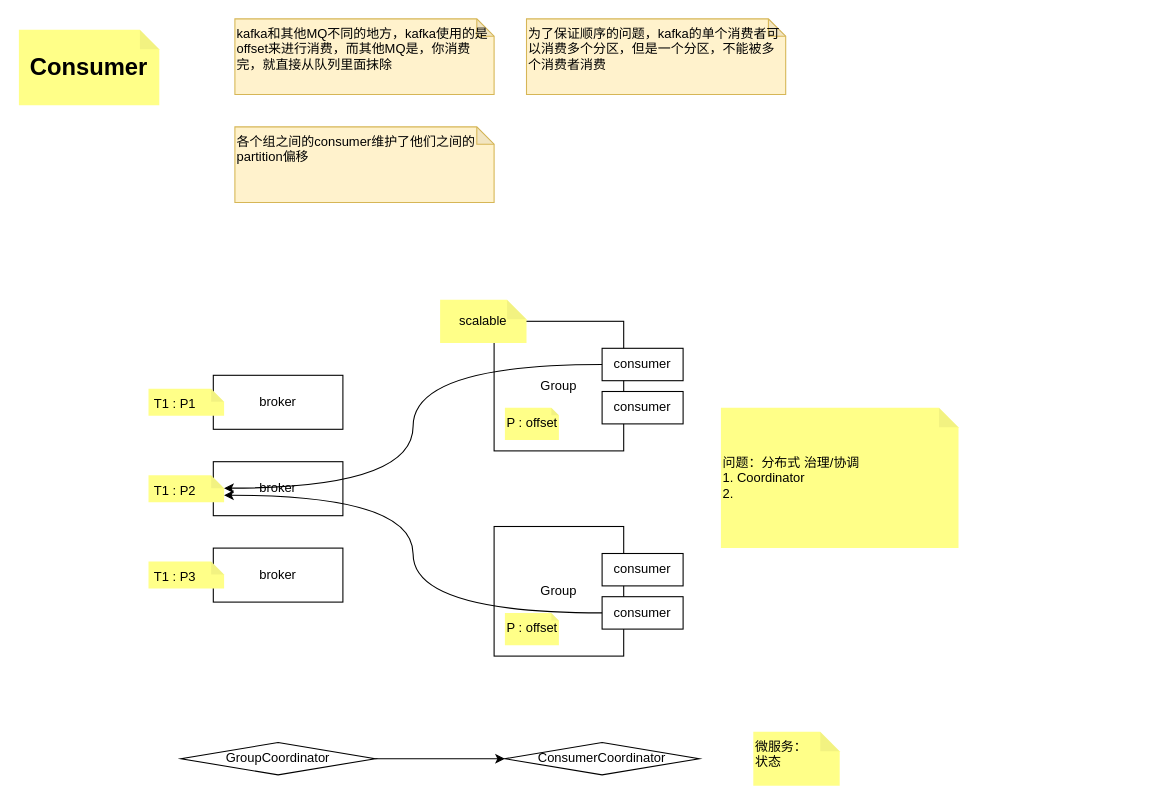
This is draw/kafka/kafka的consumer.drawio from BxcGit/draw, a draw.io file, before an edit. Source tidied: cells renumbered, new cells numbered last; positions are measured from the earlier drawing's top-left corner, leaving out a move shared by most shapes. Both pictures are drawn from the tidied source at 108%, with x=0, y=0 at pixel (18, 18).
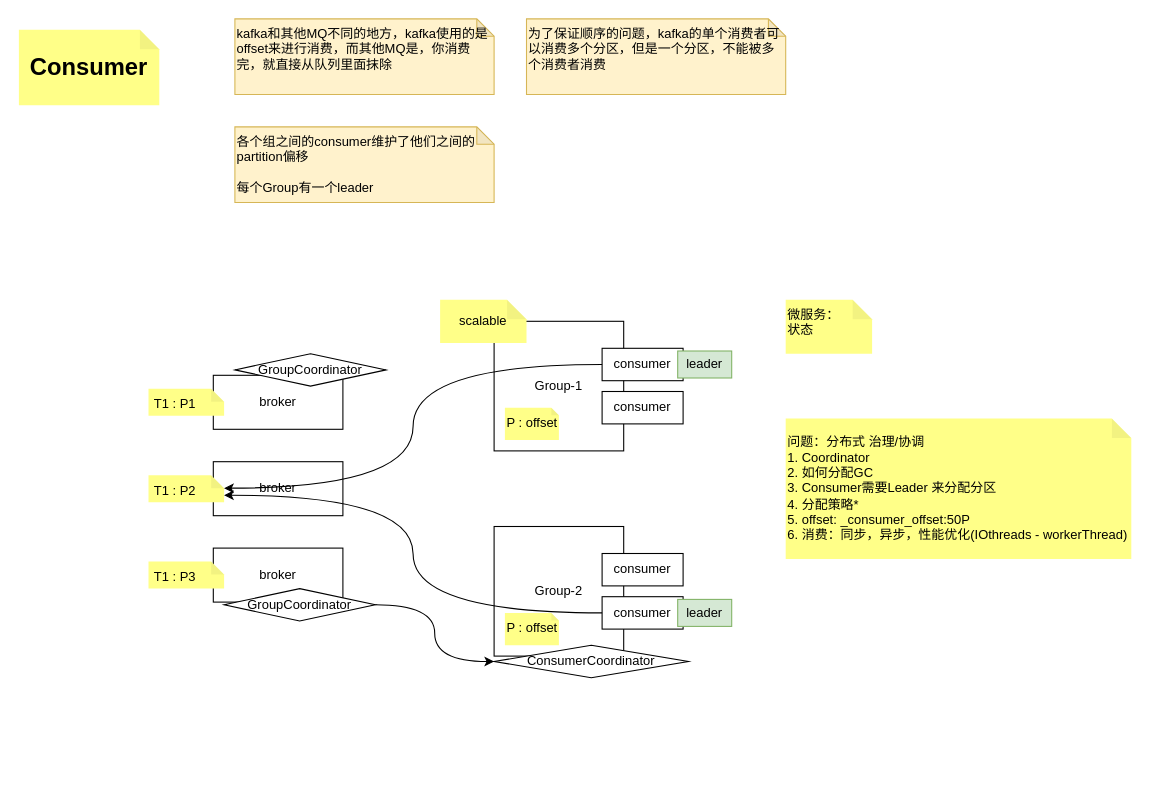
Above is the later version.

What changed in the source:
```diff
@@
-    <mxCell id="7" value="Group" style="rounded=0;whiteSpace=wrap;html=1;" parent="1" vertex="1">
+    <mxCell id="7" value="Group-1" style="rounded=0;whiteSpace=wrap;html=1;" parent="1" vertex="1">
       <mxGeometry x="440" y="280" width="120" height="120" as="geometry" />
     </mxCell>
@@
-    <mxCell id="10" value="Group" style="rounded=0;whiteSpace=wrap;html=1;" parent="1" vertex="1">
+    <mxCell id="10" value="Group-2" style="rounded=0;whiteSpace=wrap;html=1;" parent="1" vertex="1">
       <mxGeometry x="440" y="470" width="120" height="120" as="geometry" />
     </mxCell>
@@
-    <mxCell id="12" value="各个组之间的consumer维护了他们之间的partition偏移" style="shape=note;whiteSpace=wrap;html=1;backgroundOutline=1;darkOpacity=0.05;fillColor=#fff2cc;strokeColor=#d6b656;horizontal=1;align=left;verticalAlign=top;size=16;" parent="1" vertex="1">
+    <mxCell id="12" value="各个组之间的consumer维护了他们之间的partition偏移&lt;div&gt;&lt;br&gt;&lt;/div&gt;&lt;div&gt;每个Group有一个leader&lt;/div&gt;" style="shape=note;whiteSpace=wrap;html=1;backgroundOutline=1;darkOpacity=0.05;fillColor=#fff2cc;strokeColor=#d6b656;horizontal=1;align=left;verticalAlign=top;size=16;" parent="1" vertex="1">
       <mxGeometry x="200" y="100" width="240" height="70" as="geometry" />
     </mxCell>
@@
-    <mxCell id="23" value="问题：分布式 治理/协调&lt;div&gt;1. Coordinator&lt;/div&gt;&lt;div&gt;2.&amp;nbsp;&lt;/div&gt;" style="shape=note;whiteSpace=wrap;html=1;backgroundOutline=1;darkOpacity=0.05;fillColor=#ffff88;strokeColor=none;horizontal=1;align=left;verticalAlign=middle;size=18;" parent="1" vertex="1">
-      <mxGeometry x="650" y="360" width="220" height="130" as="geometry" />
+    <mxCell id="23" value="问题：分布式 治理/协调&lt;div&gt;1. Coordinator&lt;/div&gt;&lt;div&gt;2. 如何分配GC&lt;/div&gt;&lt;div&gt;3. Consumer需要Leader 来分配分区&lt;/div&gt;&lt;div&gt;4. 分配策略*&lt;/div&gt;&lt;div&gt;5. offset: _consumer_offset:50P&lt;/div&gt;&lt;div&gt;6. 消费：同步，异步，性能优化(IOthreads - workerThread)&lt;/div&gt;" style="shape=note;whiteSpace=wrap;html=1;backgroundOutline=1;darkOpacity=0.05;fillColor=#ffff88;strokeColor=none;horizontal=1;align=left;verticalAlign=middle;size=18;" parent="1" vertex="1">
+      <mxGeometry x="710" y="370" width="320" height="130" as="geometry" />
     </mxCell>
-    <mxCell id="24" style="edgeStyle=orthogonalEdgeStyle;rounded=0;jettySize=auto;html=1;entryX=0;entryY=0.5;entryDx=0;entryDy=0;" parent="1" edge="1" source="25" target="26">
+    <mxCell id="24" style="edgeStyle=orthogonalEdgeStyle;rounded=0;jettySize=auto;html=1;entryX=0;entryY=0.5;entryDx=0;entryDy=0;exitX=1;exitY=0.5;exitDx=0;exitDy=0;curved=1;" parent="1" edge="1" source="29" target="26">
       <mxGeometry relative="1" as="geometry" />
     </mxCell>
-    <mxCell id="25" value="GroupCoordinator" style="rhombus;whiteSpace=wrap;html=1;" parent="1" vertex="1">
-      <mxGeometry x="150" y="670" width="180" height="30" as="geometry" />
-    </mxCell>
     <mxCell id="26" value="ConsumerCoordinator" style="rhombus;whiteSpace=wrap;html=1;" parent="1" vertex="1">
-      <mxGeometry x="450" y="670" width="180" height="30" as="geometry" />
+      <mxGeometry x="440" y="580" width="180" height="30" as="geometry" />
     </mxCell>
-    <mxCell id="27" style="edgeStyle=orthogonalEdgeStyle;rounded=0;orthogonalLoop=1;jettySize=auto;html=1;exitX=0.5;exitY=1;exitDx=0;exitDy=0;" parent="1" edge="1" source="25" target="25">
-      <mxGeometry relative="1" as="geometry" />
+    <mxCell id="27" style="edgeStyle=orthogonalEdgeStyle;rounded=0;orthogonalLoop=1;jettySize=auto;html=1;exitX=0.5;exitY=1;exitDx=0;exitDy=0;" parent="1" edge="1">
+      <mxGeometry relative="1" as="geometry">
+        <mxPoint x="230" y="670" as="sourcePoint" />
+        <mxPoint x="230" y="670" as="targetPoint" />
+      </mxGeometry>
     </mxCell>
     <mxCell id="28" value="微服务：&lt;div&gt;状态&lt;/div&gt;" style="shape=note;whiteSpace=wrap;html=1;backgroundOutline=1;darkOpacity=0.05;fillColor=#ffff88;strokeColor=none;horizontal=1;align=left;verticalAlign=top;size=18;" parent="1" vertex="1">
-      <mxGeometry x="680" y="660" width="80" height="50" as="geometry" />
+      <mxGeometry x="710" y="260" width="80" height="50" as="geometry" />
     </mxCell>
+    <mxCell id="29" value="GroupCoordinator" style="rhombus;whiteSpace=wrap;html=1;" parent="1" vertex="1">
+      <mxGeometry x="190" y="527.5" width="140" height="30" as="geometry" />
+    </mxCell>
+    <mxCell id="30" value="GroupCoordinator" style="rhombus;whiteSpace=wrap;html=1;" parent="1" vertex="1">
+      <mxGeometry x="200" y="310" width="140" height="30" as="geometry" />
+    </mxCell>
+    <mxCell id="31" value="leader" style="rounded=0;whiteSpace=wrap;html=1;align=center;verticalAlign=middle;fillColor=#d5e8d4;strokeColor=#82b366;" parent="1" vertex="1">
+      <mxGeometry x="610" y="307.5" width="50" height="25" as="geometry" />
+    </mxCell>
+    <mxCell id="32" value="leader" style="rounded=0;whiteSpace=wrap;html=1;align=center;verticalAlign=middle;fillColor=#d5e8d4;strokeColor=#82b366;" parent="1" vertex="1">
+      <mxGeometry x="610" y="537.5" width="50" height="25" as="geometry" />
+    </mxCell>
```
